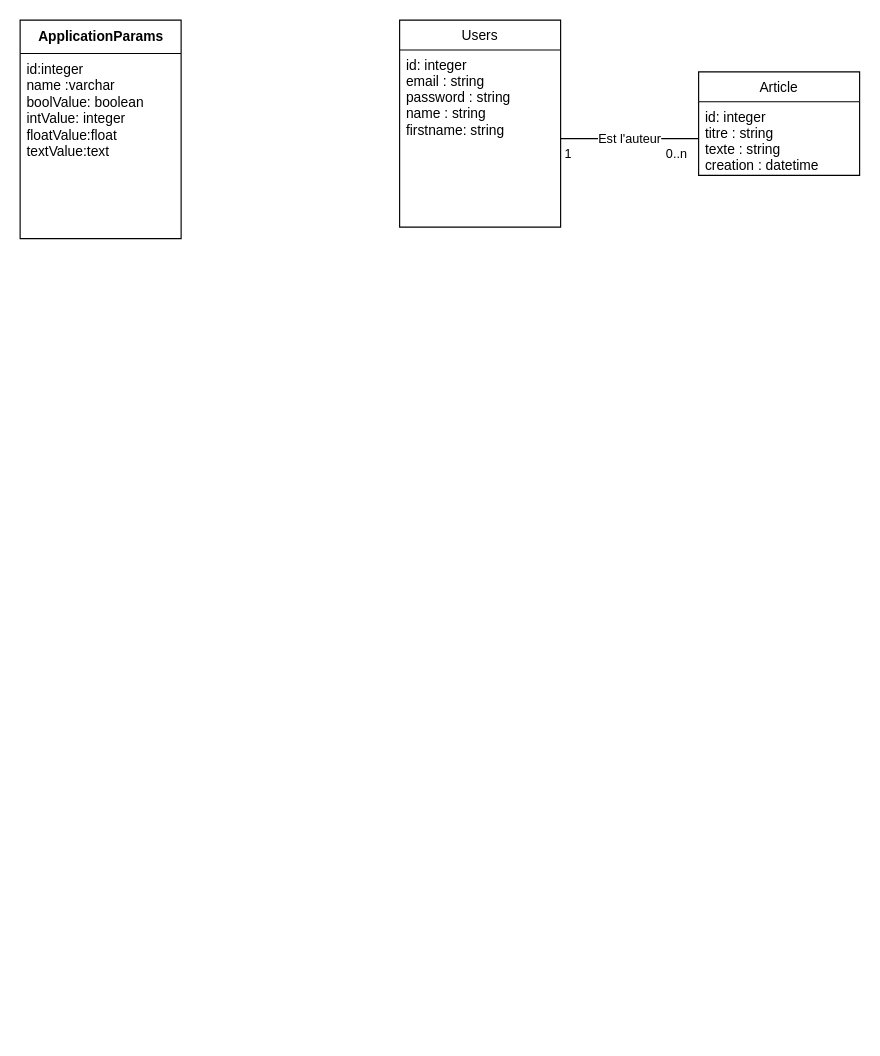
VincentProuchet/symFreeBlog keeps this draw.io diagram as Documentation/Database.drawio. Above is the earlier version. Source tidied: cells renumbered, new cells numbered last; positions are measured from the earlier drawing's top-left corner, leaving out a move shared by most shapes. Both pictures are drawn from the tidied source at 115%, with x=0, y=0 at pixel (20, 20).
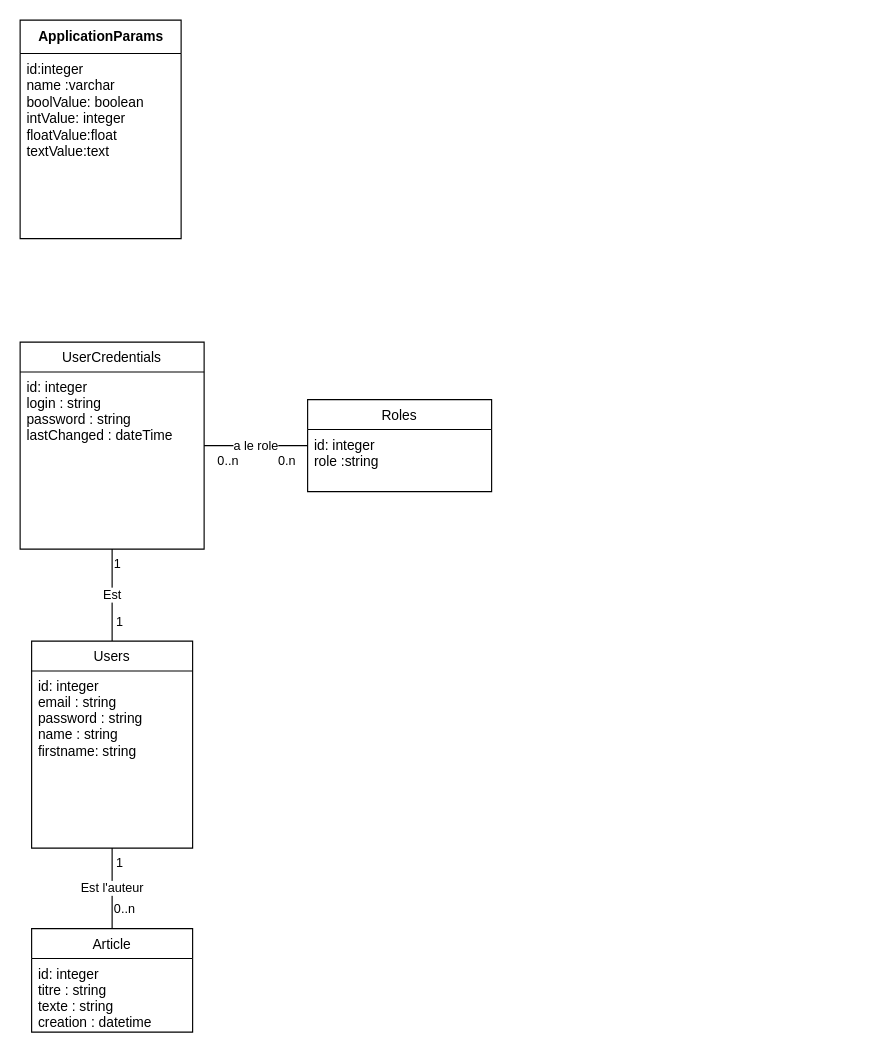
The same diagram, later.

Commit message:
Mettre à jour Database.drawio

The change refers to these unchanged cells:
```xml
<mxCell id="3" value="id: integer&#10;titre : string&#10;texte : string&#10;creation : datetime" style="text;strokeColor=none;fillColor=none;align=left;verticalAlign=top;spacingLeft=4;spacingRight=4;overflow=hidden;points=[[0,0.5],[1,0.5]];portConstraint=eastwest;" parent="2" vertex="1">
  <mxGeometry y="26" width="140" height="64" as="geometry" />
</mxCell>
<mxCell id="5" value="id: integer&#10;email : string&#10;password : string&#10;name : string&#10;firstname: string&#10;" style="text;strokeColor=none;fillColor=none;align=left;verticalAlign=top;spacingLeft=4;spacingRight=4;overflow=hidden;points=[[0,0.5],[1,0.5]];portConstraint=eastwest;" parent="4" vertex="1">
  <mxGeometry y="26" width="140" height="154" as="geometry" />
</mxCell>
```

Change to the diagram source:
```diff
@@
     <mxCell id="2" value="Article" style="swimlane;fontStyle=0;horizontal=1;startSize=26;fillColor=none;" parent="1" vertex="1">
-      <mxGeometry x="590" y="45" width="140" height="90" as="geometry" />
+      <mxGeometry x="10" y="790" width="140" height="90" as="geometry" />
     </mxCell>
@@
     <mxCell id="4" value="Users" style="swimlane;fontStyle=0;horizontal=1;startSize=26;fillColor=none;" parent="1" vertex="1">
-      <mxGeometry x="330" width="140" height="180" as="geometry" />
+      <mxGeometry x="10" y="540" width="140" height="180" as="geometry" />
     </mxCell>
@@
-    <mxCell id="6" value="&lt;div&gt;Est l'auteur&lt;/div&gt;" style="endArrow=none;html=1;endSize=12;startArrow=none;startSize=14;startFill=0;edgeStyle=orthogonalEdgeStyle;rounded=0;endFill=0;" parent="1" edge="1" source="3" target="5">
+    <mxCell id="6" value="&lt;div&gt;Est l'auteur&lt;/div&gt;" style="endArrow=none;html=1;endSize=12;startArrow=none;startSize=14;startFill=0;edgeStyle=orthogonalEdgeStyle;rounded=0;endFill=0;" parent="1" edge="1" source="2" target="4">
       <mxGeometry relative="1" as="geometry" />
     </mxCell>
     <mxCell id="7" value="0..n" style="edgeLabel;html=1;align=left;verticalAlign=top;" parent="6" vertex="1">
       <mxGeometry x="-1" relative="1" as="geometry">
-        <mxPoint x="-30" as="offset" />
+        <mxPoint y="-30" as="offset" />
       </mxGeometry>
     </mxCell>
@@
+    <mxCell id="11" value="&lt;div&gt;Est&lt;br&gt;&lt;/div&gt;" style="endArrow=none;html=1;endSize=12;startArrow=none;startSize=14;startFill=0;edgeStyle=orthogonalEdgeStyle;rounded=0;endFill=0;" parent="1" edge="1" source="14" target="4">
+      <mxGeometry relative="1" as="geometry" />
+    </mxCell>
+    <mxCell id="12" value="1" style="edgeLabel;html=1;align=left;verticalAlign=top;" parent="11" vertex="1">
+      <mxGeometry x="-1" relative="1" as="geometry" />
+    </mxCell>
+    <mxCell id="13" value="1" style="edgeLabel;html=1;align=right;verticalAlign=top;" parent="11" vertex="1">
+      <mxGeometry x="1" relative="1" as="geometry">
+        <mxPoint x="10" y="-30" as="offset" />
+      </mxGeometry>
+    </mxCell>
+    <mxCell id="14" value="UserCredentials" style="swimlane;fontStyle=0;horizontal=1;startSize=26;fillColor=none;" parent="1" vertex="1">
+      <mxGeometry y="280" width="160" height="180" as="geometry" />
+    </mxCell>
+    <mxCell id="15" value="id: integer&#10;login : string&#10;password : string&#10;lastChanged : dateTime&#10;" style="text;strokeColor=none;fillColor=none;align=left;verticalAlign=top;spacingLeft=4;spacingRight=4;overflow=hidden;" parent="14" vertex="1">
+      <mxGeometry y="26" width="160" height="154" as="geometry" />
+    </mxCell>
+    <mxCell id="16" value="Roles" style="swimlane;fontStyle=0;horizontal=1;startSize=26;fillColor=none;" parent="1" vertex="1">
+      <mxGeometry x="250" y="330" width="160" height="80" as="geometry" />
+    </mxCell>
+    <mxCell id="17" value="id: integer&#10;role :string" style="text;strokeColor=none;fillColor=none;align=left;verticalAlign=top;spacingLeft=4;spacingRight=4;overflow=hidden;" parent="16" vertex="1">
+      <mxGeometry y="26" width="160" height="54" as="geometry" />
+    </mxCell>
+    <mxCell id="18" value="a le role" style="endArrow=none;html=1;endSize=12;startArrow=none;startSize=14;startFill=0;edgeStyle=orthogonalEdgeStyle;rounded=0;endFill=0;" parent="1" edge="1" source="14" target="16">
+      <mxGeometry relative="1" as="geometry" />
+    </mxCell>
+    <mxCell id="19" value="0..n" style="edgeLabel;html=1;align=left;verticalAlign=top;" parent="18" vertex="1">
+      <mxGeometry x="-1" relative="1" as="geometry">
+        <mxPoint x="10" as="offset" />
+      </mxGeometry>
+    </mxCell>
+    <mxCell id="20" value="0.n" style="edgeLabel;html=1;align=right;verticalAlign=top;" parent="18" vertex="1">
+      <mxGeometry x="1" relative="1" as="geometry">
+        <mxPoint x="-10" as="offset" />
+      </mxGeometry>
+    </mxCell>
```
